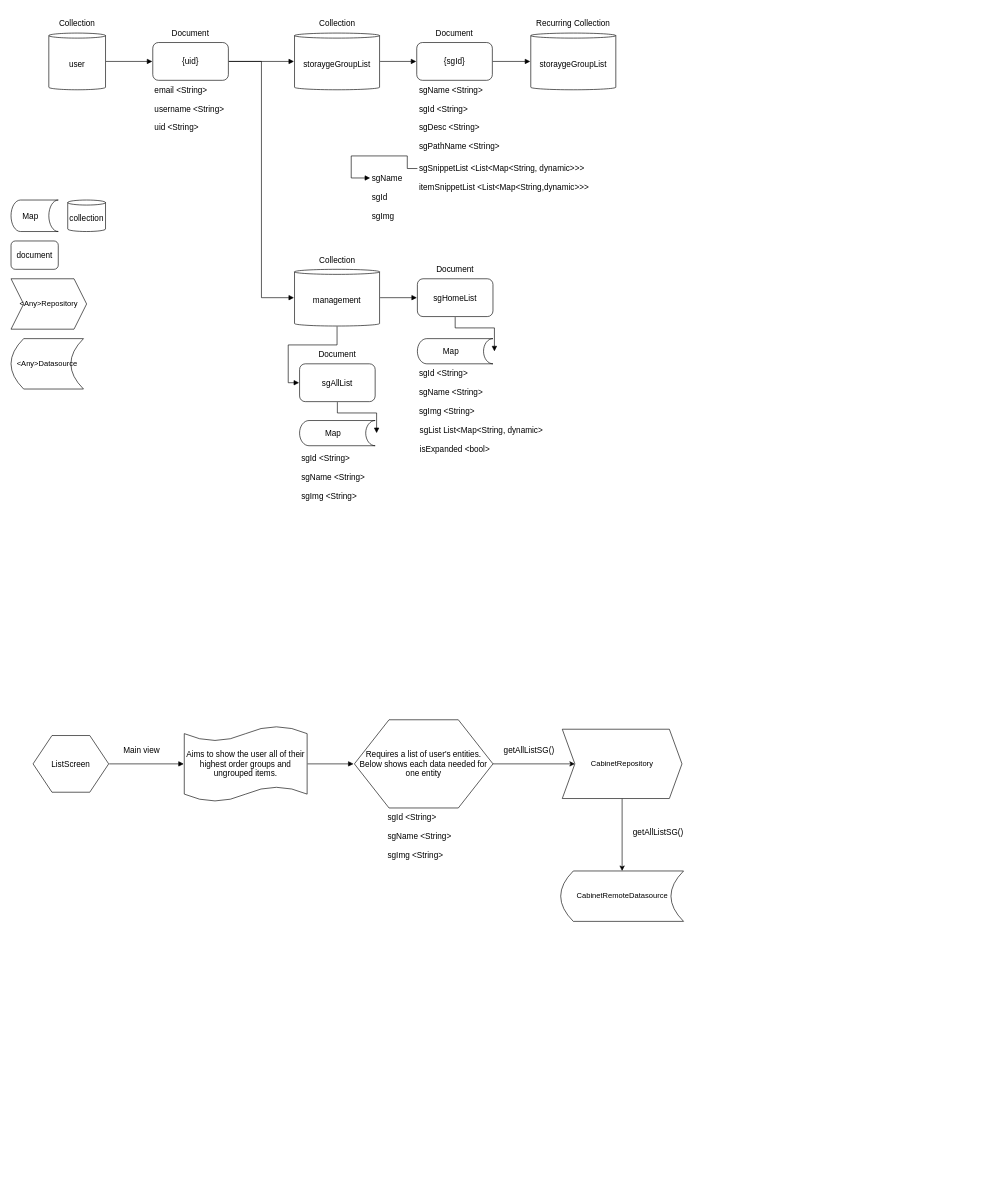
Before: Untitled Diagram.drawio in nazrinharris/storayge, a draw.io diagram. Source tidied: cells renumbered, new cells numbered last; positions are measured from the earlier drawing's top-left corner, leaving out a move shared by most shapes. Both pictures are drawn from the tidied source at 63%, with x=0, y=0 at pixel (11, 11).
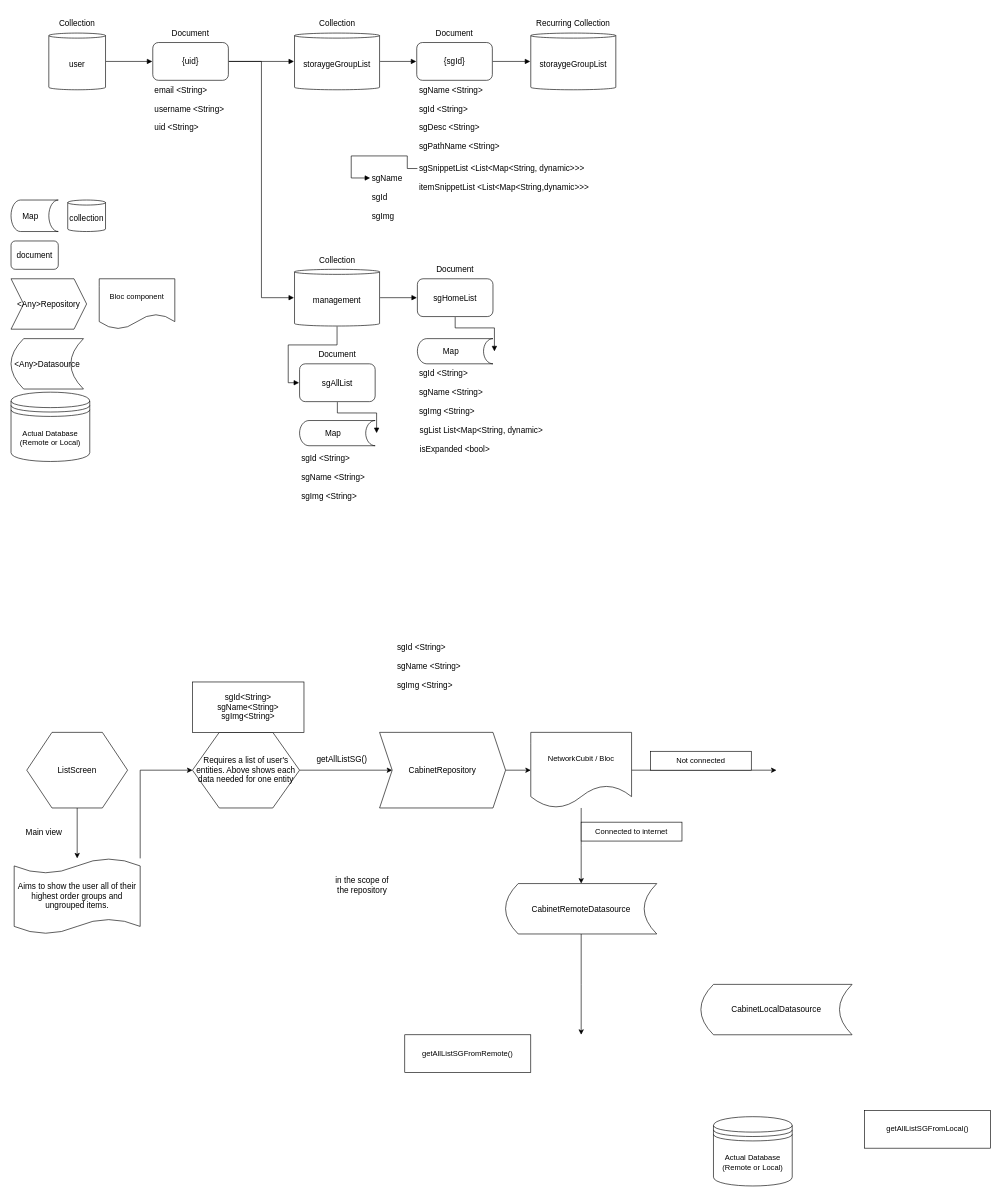
Above is the later version.

What changed in the source:
```diff
@@
+    <mxCell id="55" style="edgeStyle=orthogonalEdgeStyle;rounded=0;jettySize=auto;html=1;" parent="1" edge="1" source="53" target="54">
+      <mxGeometry relative="1" as="geometry" />
+    </mxCell>
     <mxCell id="53" value="ListScreen" style="html=1;overflow=block;blockSpacing=1;whiteSpace=wrap;shape=hexagon;perimeter=hexagonPerimeter2;whiteSpace=wrap;fontSize=13;fontColor=#000000;spacing=3.8;strokeOpacity=100;strokeWidth=1;" parent="1" vertex="1">
-      <mxGeometry x="35" y="1150" width="120" height="90" as="geometry" />
+      <mxGeometry x="25" y="1145" width="160" height="120" as="geometry" />
     </mxCell>
+    <mxCell id="59" style="edgeStyle=orthogonalEdgeStyle;rounded=0;jettySize=auto;html=1;entryX=0;entryY=0.5;entryDx=0;entryDy=0;" parent="1" edge="1" source="54" target="58">
+      <mxGeometry relative="1" as="geometry">
+        <Array as="points">
+          <mxPoint x="205" y="1205" />
+        </Array>
+      </mxGeometry>
+    </mxCell>
     <mxCell id="54" value="Aims to show the user all of their highest order groups and ungrouped items. " style="html=1;overflow=block;blockSpacing=1;whiteSpace=wrap;shape=tape;size=0.2;whiteSpace=wrap;fontSize=13;fontColor=#000000;spacing=3.8;strokeOpacity=100;strokeWidth=1;" parent="1" vertex="1">
-      <mxGeometry x="275" y="1135" width="195" height="120" as="geometry" />
+      <mxGeometry x="5" y="1345" width="200" height="120" as="geometry" />
     </mxCell>
-    <mxCell id="55" style="html=1;jettySize=18;whiteSpace=wrap;fontSize=13;strokeOpacity=100;strokeWidth=1;rounded=1;arcSize=0;edgeStyle=orthogonalEdgeStyle;startArrow=none;endArrow=block;endFill=1;exitX=1.007;exitY=0.5;exitPerimeter=0;entryX=-0.004;entryY=0.5;entryPerimeter=0;" parent="1" edge="1" source="53" target="54">
-      <mxGeometry relative="1" as="geometry" />
-    </mxCell>
     <mxCell id="56" value="Main view" style="html=1;overflow=block;blockSpacing=1;whiteSpace=wrap;whiteSpace=wrap;fontSize=13;fontColor=#000000;spacing=3.8;strokeOpacity=0;fillOpacity=0;fillColor=#ffffff;strokeWidth=1;" parent="1" vertex="1">
-      <mxGeometry x="155" y="1150" width="105" height="45" as="geometry" />
+      <mxGeometry y="1280" width="105" height="45" as="geometry" />
     </mxCell>
@@
-    <mxCell id="58" value="Requires a list of user's entities. Below shows each data needed for one entity" style="html=1;overflow=block;blockSpacing=1;whiteSpace=wrap;shape=hexagon;perimeter=hexagonPerimeter2;whiteSpace=wrap;fontSize=13;fontColor=#000000;spacing=3.8;strokeOpacity=100;strokeWidth=1;" parent="1" vertex="1">
-      <mxGeometry x="545" y="1125" width="220" height="140" as="geometry" />
+    <mxCell id="58" value="Requires a list of user's entities. Above shows each data needed for one entity" style="html=1;overflow=block;blockSpacing=1;whiteSpace=wrap;shape=hexagon;perimeter=hexagonPerimeter2;whiteSpace=wrap;fontSize=13;fontColor=#000000;spacing=3.8;strokeOpacity=100;strokeWidth=1;" parent="1" vertex="1">
+      <mxGeometry x="288" y="1145" width="170" height="120" as="geometry" />
     </mxCell>
-    <mxCell id="59" style="html=1;jettySize=18;whiteSpace=wrap;fontSize=13;strokeOpacity=100;strokeWidth=1;rounded=1;arcSize=0;edgeStyle=orthogonalEdgeStyle;startArrow=none;endArrow=block;endFill=1;exitX=1.004;exitY=0.5;exitPerimeter=0;entryX=-0.006;entryY=0.5;entryPerimeter=0;" parent="1" edge="1" source="54" target="58">
-      <mxGeometry relative="1" as="geometry" />
-    </mxCell>
     <mxCell id="60" value="sgId &amp;lt;String&amp;gt;" style="html=1;overflow=block;blockSpacing=1;whiteSpace=wrap;whiteSpace=wrap;fontSize=13;fontColor=#000000;align=left;spacing=3.8;strokeOpacity=0;fillOpacity=0;fillColor=#ffffff;strokeWidth=1;" parent="1" vertex="1">
-      <mxGeometry x="595" y="1265" width="120" height="30" as="geometry" />
+      <mxGeometry x="610" y="995" width="120" height="30" as="geometry" />
     </mxCell>
     <mxCell id="61" value="sgName &amp;lt;String&amp;gt;" style="html=1;overflow=block;blockSpacing=1;whiteSpace=wrap;whiteSpace=wrap;fontSize=13;fontColor=#000000;align=left;spacing=3.8;strokeOpacity=0;fillOpacity=0;fillColor=#ffffff;strokeWidth=1;" parent="1" vertex="1">
-      <mxGeometry x="595" y="1295" width="120" height="30" as="geometry" />
+      <mxGeometry x="610" y="1025" width="120" height="30" as="geometry" />
     </mxCell>
     <mxCell id="62" value="sgImg &amp;lt;String&amp;gt;" style="html=1;overflow=block;blockSpacing=1;whiteSpace=wrap;whiteSpace=wrap;fontSize=13;fontColor=#000000;align=left;spacing=3.8;strokeOpacity=0;fillOpacity=0;fillColor=#ffffff;strokeWidth=1;" parent="1" vertex="1">
-      <mxGeometry x="595" y="1325" width="120" height="30" as="geometry" />
+      <mxGeometry x="610" y="1055" width="120" height="30" as="geometry" />
     </mxCell>
-    <mxCell id="63" value="&amp;lt;Any&amp;gt;Repository" style="shape=step;perimeter=stepPerimeter;whiteSpace=wrap;html=1;fixedSize=1;strokeWidth=1;" parent="1" vertex="1">
+    <mxCell id="63" value="&amp;lt;Any&amp;gt;Repository" style="shape=step;perimeter=stepPerimeter;whiteSpace=wrap;html=1;fixedSize=1;strokeWidth=1;fontSize=13;" parent="1" vertex="1">
       <mxGeometry y="425" width="120" height="80" as="geometry" />
     </mxCell>
-    <mxCell id="64" value="&amp;lt;Any&amp;gt;Datasource" style="shape=dataStorage;whiteSpace=wrap;html=1;fixedSize=1;strokeWidth=1;" parent="1" vertex="1">
+    <mxCell id="64" value="&lt;font style=&quot;font-size: 13px&quot;&gt;&amp;lt;Any&amp;gt;Datasource&lt;/font&gt;" style="shape=dataStorage;whiteSpace=wrap;html=1;fixedSize=1;strokeWidth=1;" parent="1" vertex="1">
       <mxGeometry y="520" width="115" height="80" as="geometry" />
     </mxCell>
-    <mxCell id="65" style="edgeStyle=orthogonalEdgeStyle;rounded=0;jettySize=auto;html=1;entryX=0.5;entryY=0;entryDx=0;entryDy=0;strokeWidth=1;" parent="1" edge="1" source="66" target="68">
-      <mxGeometry relative="1" as="geometry" />
-    </mxCell>
+    <mxCell id="70" style="edgeStyle=orthogonalEdgeStyle;rounded=0;jettySize=auto;html=1;entryX=0;entryY=0.5;entryDx=0;entryDy=0;" parent="1" edge="1" source="66" target="80">
+      <mxGeometry relative="1" as="geometry" />
+    </mxCell>
-    <mxCell id="66" value="CabinetRepository" style="shape=step;perimeter=stepPerimeter;whiteSpace=wrap;html=1;fixedSize=1;strokeWidth=1;" parent="1" vertex="1">
-      <mxGeometry x="875" y="1140" width="190" height="110" as="geometry" />
+    <mxCell id="66" value="CabinetRepository" style="shape=step;perimeter=stepPerimeter;whiteSpace=wrap;html=1;fixedSize=1;strokeWidth=1;fontSize=13;" parent="1" vertex="1">
+      <mxGeometry x="585" y="1145" width="200" height="120" as="geometry" />
     </mxCell>
     <mxCell id="67" value="getAllListSG()" style="html=1;overflow=block;blockSpacing=1;whiteSpace=wrap;whiteSpace=wrap;fontSize=13;fontColor=#000000;spacing=3.8;strokeOpacity=0;fillOpacity=0;fillColor=#ffffff;strokeWidth=1;" parent="1" vertex="1">
-      <mxGeometry x="770" y="1150" width="105" height="45" as="geometry" />
+      <mxGeometry x="473" y="1175" width="105" height="25" as="geometry" />
     </mxCell>
+    <mxCell id="71" style="edgeStyle=orthogonalEdgeStyle;rounded=0;jettySize=auto;html=1;" parent="1" edge="1" source="68">
+      <mxGeometry relative="1" as="geometry">
+        <mxPoint x="905" y="1625" as="targetPoint" />
+      </mxGeometry>
+    </mxCell>
-    <mxCell id="68" value="CabinetRemoteDatasource" style="shape=dataStorage;whiteSpace=wrap;html=1;fixedSize=1;strokeWidth=1;" parent="1" vertex="1">
-      <mxGeometry x="872.5" y="1365" width="195" height="80" as="geometry" />
+    <mxCell id="68" value="CabinetRemoteDatasource" style="shape=dataStorage;whiteSpace=wrap;html=1;fixedSize=1;strokeWidth=1;fontSize=13;" parent="1" vertex="1">
+      <mxGeometry x="785" y="1385" width="240" height="80" as="geometry" />
     </mxCell>
-    <mxCell id="69" value="getAllListSG()" style="html=1;overflow=block;blockSpacing=1;whiteSpace=wrap;whiteSpace=wrap;fontSize=13;fontColor=#000000;spacing=3.8;strokeOpacity=0;fillOpacity=0;fillColor=#ffffff;strokeWidth=1;" parent="1" vertex="1">
-      <mxGeometry x="975" y="1280" width="105" height="45" as="geometry" />
-    </mxCell>
+    <mxCell id="72" value="CabinetLocalDatasource" style="shape=dataStorage;whiteSpace=wrap;html=1;fixedSize=1;strokeWidth=1;fontSize=13;" parent="1" vertex="1">
+      <mxGeometry x="1095" y="1545" width="240" height="80" as="geometry" />
+    </mxCell>
+    <mxCell id="73" value="Actual Database&lt;br&gt;(Remote or Local)" style="shape=datastore;whiteSpace=wrap;html=1;" parent="1" vertex="1">
+      <mxGeometry y="605" width="125" height="110" as="geometry" />
+    </mxCell>
+    <mxCell id="74" value="Actual Database&lt;br&gt;(Remote or Local)" style="shape=datastore;whiteSpace=wrap;html=1;" parent="1" vertex="1">
+      <mxGeometry x="1115" y="1755" width="125" height="110" as="geometry" />
+    </mxCell>
+    <mxCell id="75" value="getAllListSGFromRemote()" style="rounded=0;whiteSpace=wrap;html=1;gradientColor=none;" parent="1" vertex="1">
+      <mxGeometry x="625" y="1625" width="200" height="60" as="geometry" />
+    </mxCell>
+    <mxCell id="76" value="getAllListSGFromLocal()" style="rounded=0;whiteSpace=wrap;html=1;gradientColor=none;" parent="1" vertex="1">
+      <mxGeometry x="1355" y="1745" width="200" height="60" as="geometry" />
+    </mxCell>
+    <mxCell id="77" value="Bloc component" style="shape=document;whiteSpace=wrap;html=1;boundedLbl=1;gradientColor=none;" parent="1" vertex="1">
+      <mxGeometry x="140" y="425" width="120" height="80" as="geometry" />
+    </mxCell>
+    <mxCell id="78" style="edgeStyle=orthogonalEdgeStyle;rounded=0;jettySize=auto;html=1;" parent="1" edge="1" source="80">
+      <mxGeometry relative="1" as="geometry">
+        <mxPoint x="905" y="1385" as="targetPoint" />
+      </mxGeometry>
+    </mxCell>
+    <mxCell id="79" style="edgeStyle=orthogonalEdgeStyle;rounded=0;jettySize=auto;html=1;" parent="1" edge="1" source="80">
+      <mxGeometry relative="1" as="geometry">
+        <mxPoint x="1215" y="1205" as="targetPoint" />
+      </mxGeometry>
+    </mxCell>
+    <mxCell id="80" value="NetworkCubit / Bloc" style="shape=document;whiteSpace=wrap;html=1;boundedLbl=1;gradientColor=none;" parent="1" vertex="1">
+      <mxGeometry x="825" y="1145" width="160" height="120" as="geometry" />
+    </mxCell>
+    <mxCell id="81" value="Connected to internet" style="rounded=0;whiteSpace=wrap;html=1;gradientColor=none;" parent="1" vertex="1">
+      <mxGeometry x="905" y="1287.5" width="160" height="30" as="geometry" />
+    </mxCell>
+    <mxCell id="82" value="in the scope of the repository" style="html=1;overflow=block;blockSpacing=1;whiteSpace=wrap;whiteSpace=wrap;fontSize=13;fontColor=#000000;spacing=3.8;strokeOpacity=0;fillOpacity=0;fillColor=#ffffff;strokeWidth=1;" parent="1" vertex="1">
+      <mxGeometry x="505" y="1365" width="105" height="45" as="geometry" />
+    </mxCell>
+    <mxCell id="83" value="Not connected" style="rounded=0;whiteSpace=wrap;html=1;gradientColor=none;" parent="1" vertex="1">
+      <mxGeometry x="1015" y="1175" width="160" height="30" as="geometry" />
+    </mxCell>
+    <mxCell id="84" value="&lt;font style=&quot;font-size: 13px&quot;&gt;sgId&amp;lt;String&amp;gt;&lt;br&gt;sgName&amp;lt;String&amp;gt;&lt;br&gt;sgImg&amp;lt;String&amp;gt;&lt;br&gt;&lt;/font&gt;" style="rounded=0;whiteSpace=wrap;html=1;gradientColor=none;" parent="1" vertex="1">
+      <mxGeometry x="288" y="1065" width="177" height="80" as="geometry" />
+    </mxCell>
```
